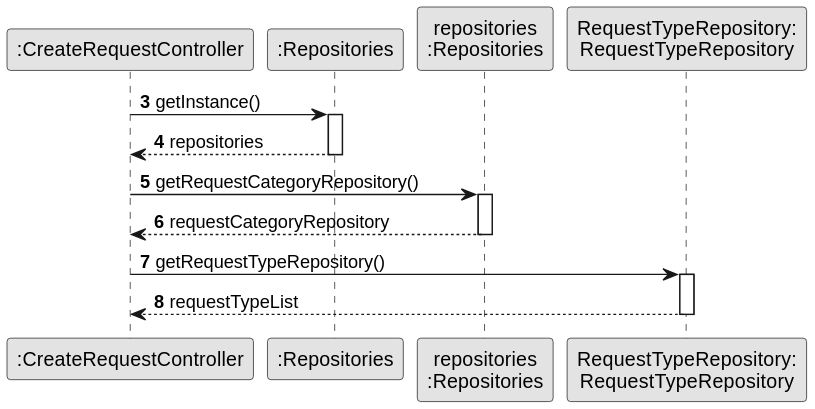
Before: docs/Sprint-B/US004/03.design/svg/us004-sequence-diagram-partial-requestTypeList.svg, a diagram exported from PlantUML (Rodrick0209/ISEP-LAPR2-22-23).
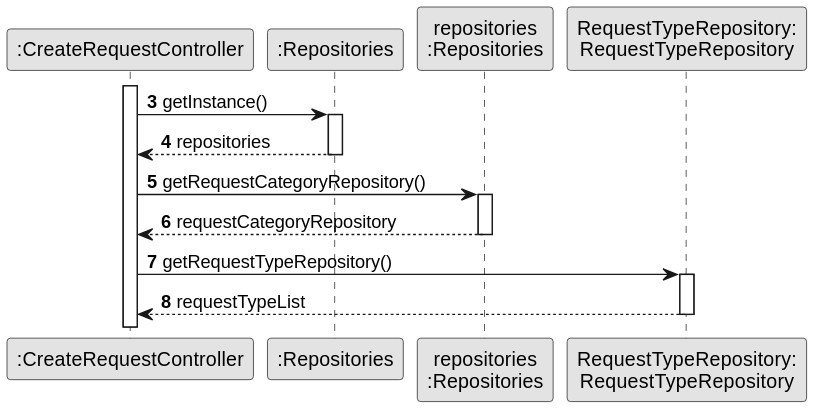
The same diagram one commit later.

What changed in the source:
```diff
@@ -10,6 +10,7 @@
 participant "RequestTypeRepository:\nRequestTypeRepository" as TaskCategoryRepository
 
 autonumber 3
+activate CTRL
 CTRL -> Rep : getInstance()
                 activate Rep
 
```
